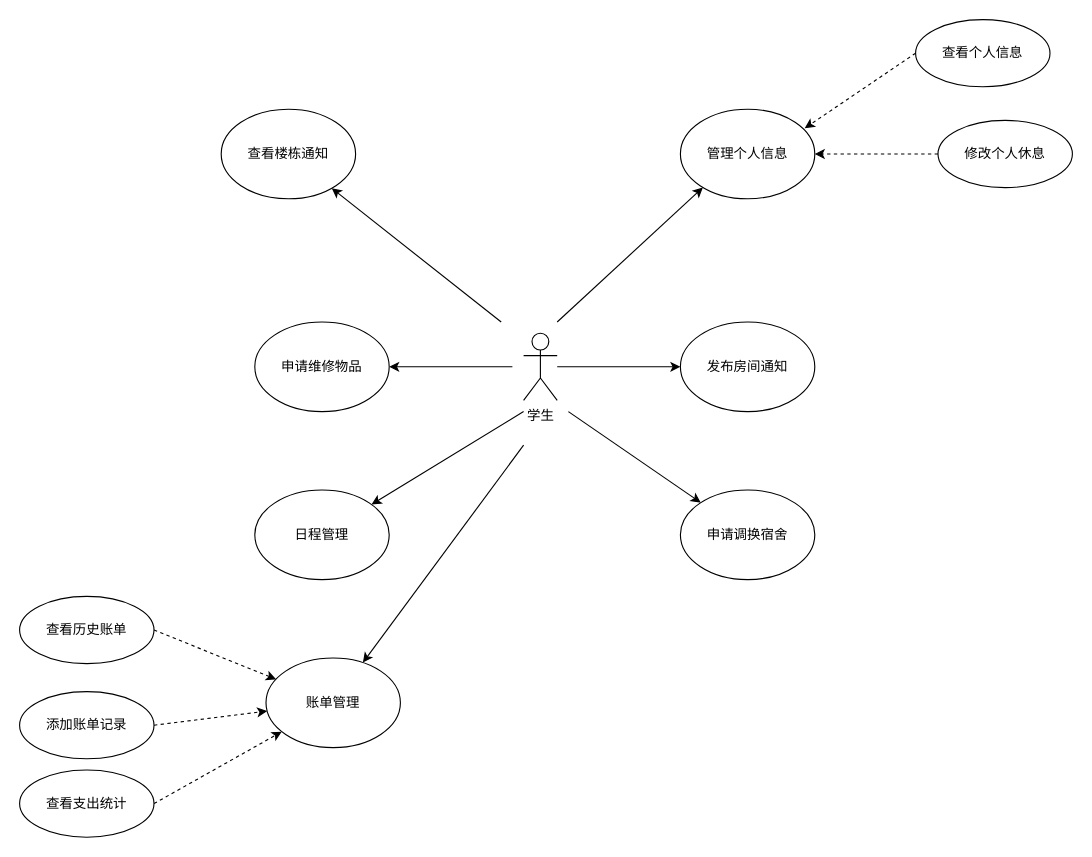
The draw.io diagram Untitled Diagram.drawio in shuangyuyql/bishe, before the edit. Source tidied: cells renumbered, new cells numbered last; positions are measured from the earlier drawing's top-left corner, leaving out a move shared by most shapes. Both pictures are drawn from the tidied source at 112%, with x=0, y=0 at pixel (19, 19).
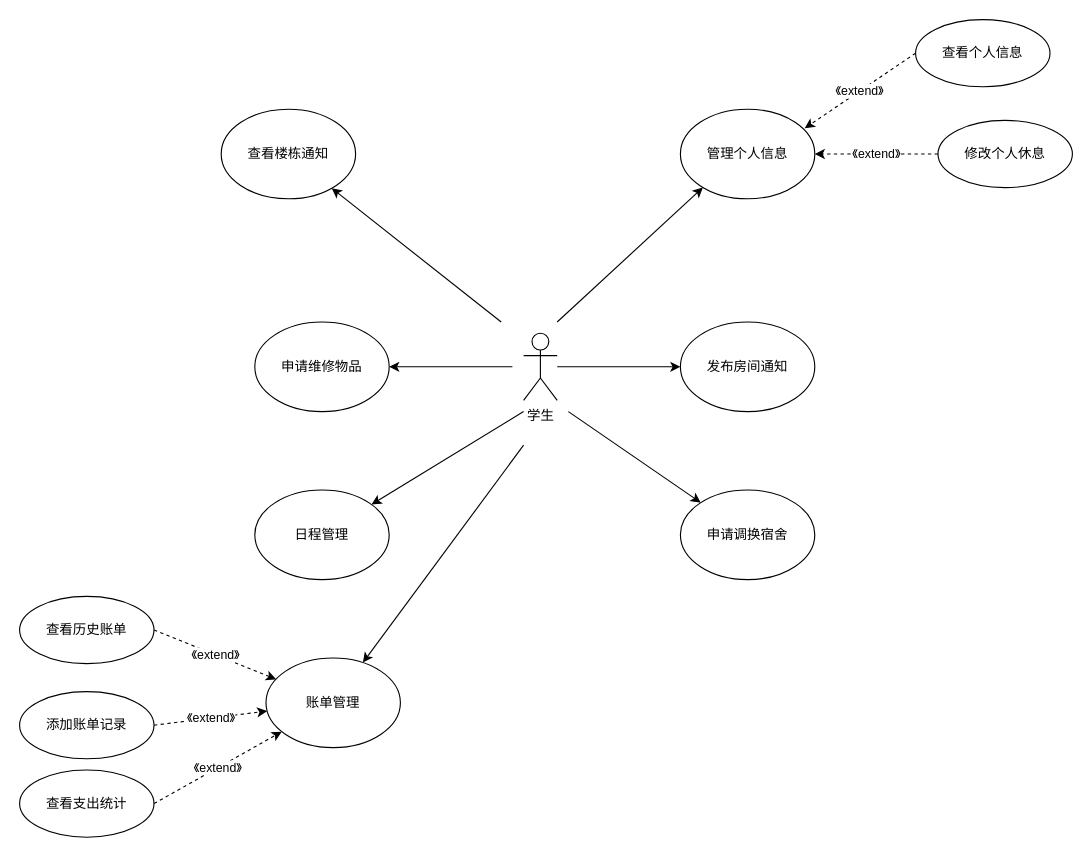
After the change.

Unchanged cells that the change refers to:
```xml
<mxCell id="4" value="管理个人信息" style="ellipse;whiteSpace=wrap;html=1;" parent="1" vertex="1">
  <mxGeometry x="590" y="80" width="120" height="80" as="geometry" />
</mxCell>
<mxCell id="5" value="查看个人信息" style="ellipse;whiteSpace=wrap;html=1;" parent="1" vertex="1">
  <mxGeometry x="800" width="120" height="60" as="geometry" />
</mxCell>
<mxCell id="6" value="修改个人休息" style="ellipse;whiteSpace=wrap;html=1;" parent="1" vertex="1">
  <mxGeometry x="820" y="90" width="120" height="60" as="geometry" />
</mxCell>
<mxCell id="23" value="账单管理" style="ellipse;whiteSpace=wrap;html=1;" parent="1" vertex="1">
  <mxGeometry x="220" y="570" width="120" height="80" as="geometry" />
</mxCell>
<mxCell id="25" value="查看历史账单" style="ellipse;whiteSpace=wrap;html=1;" parent="1" vertex="1">
  <mxGeometry y="515" width="120" height="60" as="geometry" />
</mxCell>
<mxCell id="26" value="添加账单记录" style="ellipse;whiteSpace=wrap;html=1;" parent="1" vertex="1">
  <mxGeometry y="600" width="120" height="60" as="geometry" />
</mxCell>
```

Change to the diagram source:
```diff
@@
-    <mxCell id="10" style="endArrow=classic;html=1;rounded=0;dashed=1;exitX=0;exitY=0.5;exitDx=0;exitDy=0;" parent="1" edge="1" source="6" target="4">
+    <mxCell id="10" value="《extend》" style="endArrow=classic;html=1;rounded=0;dashed=1;exitX=0;exitY=0.5;exitDx=0;exitDy=0;" parent="1" edge="1" source="6" target="4">
       <mxGeometry relative="1" as="geometry" />
     </mxCell>
-    <mxCell id="11" style="endArrow=classic;html=1;rounded=0;dashed=1;exitX=0;exitY=0.5;exitDx=0;exitDy=0;entryX=0.925;entryY=0.213;entryDx=0;entryDy=0;entryPerimeter=0;" parent="1" edge="1" source="5" target="4">
+    <mxCell id="11" value="《extend》" style="endArrow=classic;html=1;rounded=0;dashed=1;exitX=0;exitY=0.5;exitDx=0;exitDy=0;entryX=0.925;entryY=0.213;entryDx=0;entryDy=0;entryPerimeter=0;" parent="1" edge="1" source="5" target="4">
       <mxGeometry relative="1" as="geometry" />
     </mxCell>
@@
-    <mxCell id="24" style="endArrow=classic;html=1;rounded=0;entryX=0.075;entryY=0.238;entryDx=0;entryDy=0;entryPerimeter=0;exitX=1;exitY=0.5;exitDx=0;exitDy=0;dashed=1;" parent="1" edge="1" source="25" target="23">
+    <mxCell id="24" value="《extend》" style="endArrow=classic;html=1;rounded=0;entryX=0.075;entryY=0.238;entryDx=0;entryDy=0;entryPerimeter=0;exitX=1;exitY=0.5;exitDx=0;exitDy=0;dashed=1;" parent="1" edge="1" source="25" target="23">
       <mxGeometry relative="1" as="geometry" />
     </mxCell>
@@
-    <mxCell id="27" style="endArrow=classic;html=1;rounded=0;dashed=1;exitX=1;exitY=0.5;exitDx=0;exitDy=0;" parent="1" edge="1" source="26" target="23">
+    <mxCell id="27" value="《extend》" style="endArrow=classic;html=1;rounded=0;dashed=1;exitX=1;exitY=0.5;exitDx=0;exitDy=0;" parent="1" edge="1" source="26" target="23">
       <mxGeometry relative="1" as="geometry" />
     </mxCell>
@@
-    <mxCell id="29" style="endArrow=classic;html=1;rounded=0;dashed=1;" parent="1" edge="1" target="23">
+    <mxCell id="29" value="《extend》" style="endArrow=classic;html=1;rounded=0;dashed=1;" parent="1" edge="1" target="23">
       <mxGeometry relative="1" as="geometry">
         <mxPoint x="120" y="700" as="sourcePoint" />
       </mxGeometry>
     </mxCell>
```
